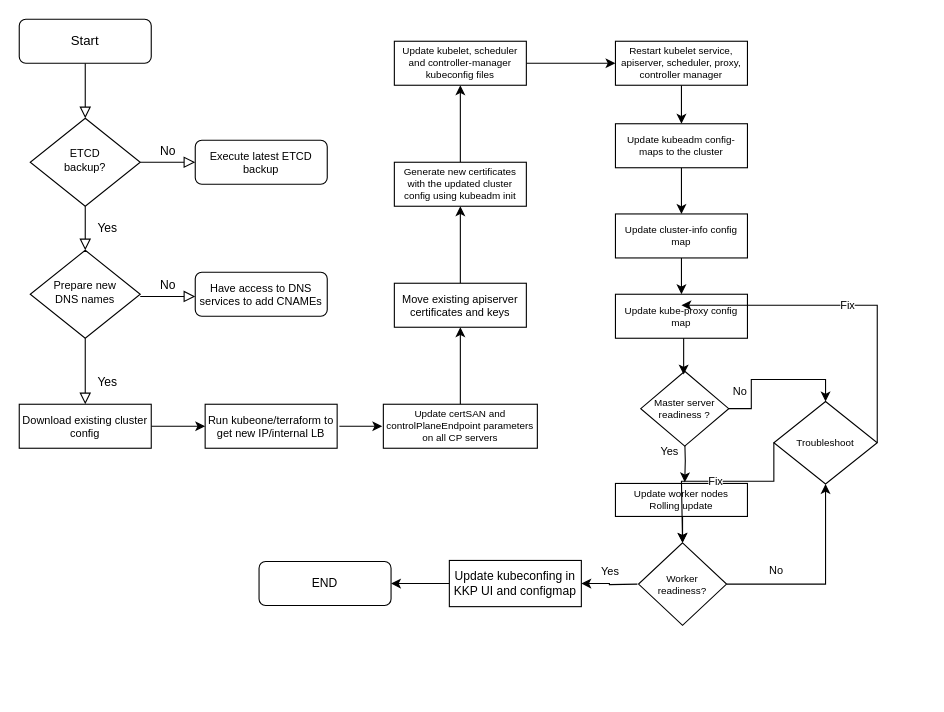
This is Untitled Diagram.drawio from jacmathew/jacmathew, a draw.io file, before an edit. Source tidied: cells renumbered, new cells numbered last; positions are measured from the earlier drawing's top-left corner, leaving out a move shared by most shapes. Both pictures are drawn from the tidied source at 110%, with x=0, y=0 at pixel (19, 19).
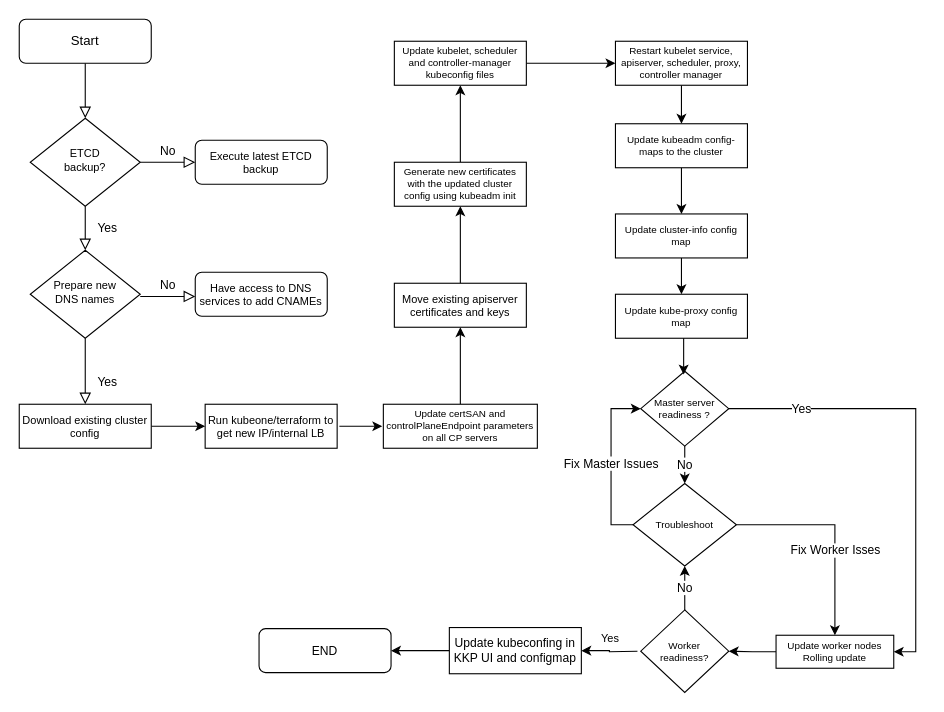
The same page after the edit.

Commit message:
Updated Troubleshooting part

The change refers to these unchanged cells:
```xml
<mxCell id="33" value="Master server readiness ?" style="rhombus;whiteSpace=wrap;html=1;rounded=0;fontSize=9;" parent="1" vertex="1">
  <mxGeometry x="565" y="320" width="80" height="68" as="geometry" />
</mxCell>
```

What changed in the source:
```diff
@@
-    <mxCell id="30" value="Yes" style="edgeStyle=orthogonalEdgeStyle;rounded=0;orthogonalLoop=1;jettySize=auto;html=1;fontSize=10;" parent="1" edge="1">
-      <mxGeometry x="-0.45" y="-14" relative="1" as="geometry">
-        <mxPoint x="605" y="381" as="sourcePoint" />
-        <mxPoint x="605" y="421" as="targetPoint" />
-      </mxGeometry>
+    <mxCell id="30" value="Yes" style="edgeStyle=orthogonalEdgeStyle;rounded=0;jettySize=auto;html=1;entryX=1;entryY=0.5;entryDx=0;entryDy=0;" parent="1" edge="1" source="33" target="35">
+      <mxGeometry x="-0.68" relative="1" as="geometry" />
     </mxCell>
-    <mxCell id="31" style="edgeStyle=orthogonalEdgeStyle;rounded=0;jettySize=auto;html=1;fontSize=10;entryX=0.5;entryY=0;entryDx=0;entryDy=0;" parent="1" edge="1" source="33" target="41">
+    <mxCell id="31" value="No" style="edgeStyle=orthogonalEdgeStyle;rounded=0;jettySize=auto;html=1;exitX=0.5;exitY=1;exitDx=0;exitDy=0;entryX=0.5;entryY=0;entryDx=0;entryDy=0;" parent="1" edge="1" source="33" target="41">
       <mxGeometry relative="1" as="geometry" />
     </mxCell>
-    <mxCell id="32" value="No" style="edgeLabel;html=1;align=center;verticalAlign=middle;fontSize=10;" parent="31" vertex="1">
-      <mxGeometry x="-0.65" y="-2" relative="1" as="geometry">
-        <mxPoint x="-13" y="-13" as="offset" />
-      </mxGeometry>
-    </mxCell>
@@
-    <mxCell id="34" style="edgeStyle=orthogonalEdgeStyle;rounded=0;jettySize=auto;html=1;fontSize=10;entryX=0.5;entryY=0;entryDx=0;entryDy=0;" parent="1" edge="1" target="38">
-      <mxGeometry relative="1" as="geometry">
-        <mxPoint x="604" y="452" as="sourcePoint" />
-      </mxGeometry>
-    </mxCell>
+    <mxCell id="47" style="edgeStyle=orthogonalEdgeStyle;rounded=0;jettySize=auto;html=1;exitX=0;exitY=0.5;exitDx=0;exitDy=0;entryX=1;entryY=0.5;entryDx=0;entryDy=0;" parent="1" edge="1" source="35" target="38">
+      <mxGeometry relative="1" as="geometry" />
+    </mxCell>
     <mxCell id="35" value="Update worker nodes&lt;br&gt;Rolling update" style="whiteSpace=wrap;html=1;rounded=0;fontSize=9;" parent="1" vertex="1">
-      <mxGeometry x="542" y="422" width="120" height="30" as="geometry" />
+      <mxGeometry x="688" y="560" width="107" height="30" as="geometry" />
     </mxCell>
+    <mxCell id="37" value="Yes" style="edgeStyle=orthogonalEdgeStyle;rounded=0;jettySize=auto;html=1;entryX=1;entryY=0.5;entryDx=0;entryDy=0;fontSize=10;" parent="1" edge="1" target="46">
+      <mxGeometry x="-0.03" y="-12" relative="1" as="geometry">
+        <mxPoint x="562" y="574.5" as="sourcePoint" />
+      </mxGeometry>
+    </mxCell>
-    <mxCell id="36" value="No" style="edgeStyle=orthogonalEdgeStyle;rounded=0;jettySize=auto;html=1;entryX=0.5;entryY=1;entryDx=0;entryDy=0;fontSize=10;" parent="1" edge="1" source="38" target="41">
-      <mxGeometry x="-0.5" y="13" relative="1" as="geometry" />
+    <mxCell id="36" value="No" style="edgeStyle=orthogonalEdgeStyle;rounded=0;jettySize=auto;html=1;" parent="1" edge="1" source="38" target="41">
+      <mxGeometry relative="1" as="geometry" />
     </mxCell>
-    <mxCell id="37" value="Yes" style="edgeStyle=orthogonalEdgeStyle;rounded=0;jettySize=auto;html=1;entryX=1;entryY=0.5;entryDx=0;entryDy=0;fontSize=10;" parent="1" edge="1" target="46">
-      <mxGeometry x="-0.03" y="-12" relative="1" as="geometry">
-        <mxPoint x="562" y="513.5" as="sourcePoint" />
-      </mxGeometry>
-    </mxCell>
     <mxCell id="38" value="Worker&lt;br&gt;readiness?" style="rhombus;whiteSpace=wrap;html=1;rounded=0;fontSize=9;" parent="1" vertex="1">
-      <mxGeometry x="563" y="476" width="80" height="75" as="geometry" />
+      <mxGeometry x="565" y="537" width="80" height="75" as="geometry" />
     </mxCell>
     <mxCell id="39" value="END" style="rounded=1;whiteSpace=wrap;html=1;fontSize=11;glass=0;strokeWidth=1;shadow=0;" parent="1" vertex="1">
-      <mxGeometry x="218" y="493" width="120" height="40" as="geometry" />
+      <mxGeometry x="218" y="554" width="120" height="40" as="geometry" />
     </mxCell>
@@
+    <mxCell id="48" value="Fix Master Issues" style="edgeStyle=orthogonalEdgeStyle;rounded=0;jettySize=auto;html=1;exitX=0;exitY=0.5;exitDx=0;exitDy=0;entryX=0;entryY=0.5;entryDx=0;entryDy=0;" parent="1" edge="1" source="41" target="33">
+      <mxGeometry relative="1" as="geometry" />
+    </mxCell>
+    <mxCell id="49" value="Fix Worker Isses" style="edgeStyle=orthogonalEdgeStyle;rounded=0;jettySize=auto;html=1;exitX=1;exitY=0.5;exitDx=0;exitDy=0;entryX=0.5;entryY=0;entryDx=0;entryDy=0;" parent="1" edge="1" source="41" target="35">
+      <mxGeometry x="0.19" relative="1" as="geometry" />
+    </mxCell>
     <mxCell id="41" value="Troubleshoot" style="rhombus;whiteSpace=wrap;html=1;rounded=0;fontSize=9;" parent="1" vertex="1">
-      <mxGeometry x="686" y="347.5" width="94" height="75" as="geometry" />
+      <mxGeometry x="558" y="422" width="94" height="75" as="geometry" />
     </mxCell>
@@
-    <mxCell id="43" value="Fix" style="edgeStyle=orthogonalEdgeStyle;rounded=0;jettySize=auto;html=1;fontSize=10;exitX=1;exitY=0.5;exitDx=0;exitDy=0;" parent="1" edge="1" source="41">
-      <mxGeometry relative="1" as="geometry">
-        <mxPoint x="602" y="260" as="targetPoint" />
-        <Array as="points">
-          <mxPoint x="780" y="260" />
-        </Array>
-      </mxGeometry>
-    </mxCell>
@@
-    <mxCell id="45" value="Fix" style="edgeStyle=orthogonalEdgeStyle;rounded=0;jettySize=auto;html=1;fontSize=10;entryX=0.5;entryY=0;entryDx=0;entryDy=0;exitX=0;exitY=0.5;exitDx=0;exitDy=0;" parent="1" edge="1" source="41" target="38">
-      <mxGeometry relative="1" as="geometry">
-        <Array as="points">
-          <mxPoint x="686" y="420" />
-          <mxPoint x="602" y="420" />
-        </Array>
-      </mxGeometry>
-    </mxCell>
     <mxCell id="46" value="Update kubeconfing in KKP UI and configmap" style="rounded=0;whiteSpace=wrap;html=1;fontSize=11;" parent="1" vertex="1">
-      <mxGeometry x="391" y="492" width="120" height="42" as="geometry" />
+      <mxGeometry x="391" y="553" width="120" height="42" as="geometry" />
     </mxCell>
```
